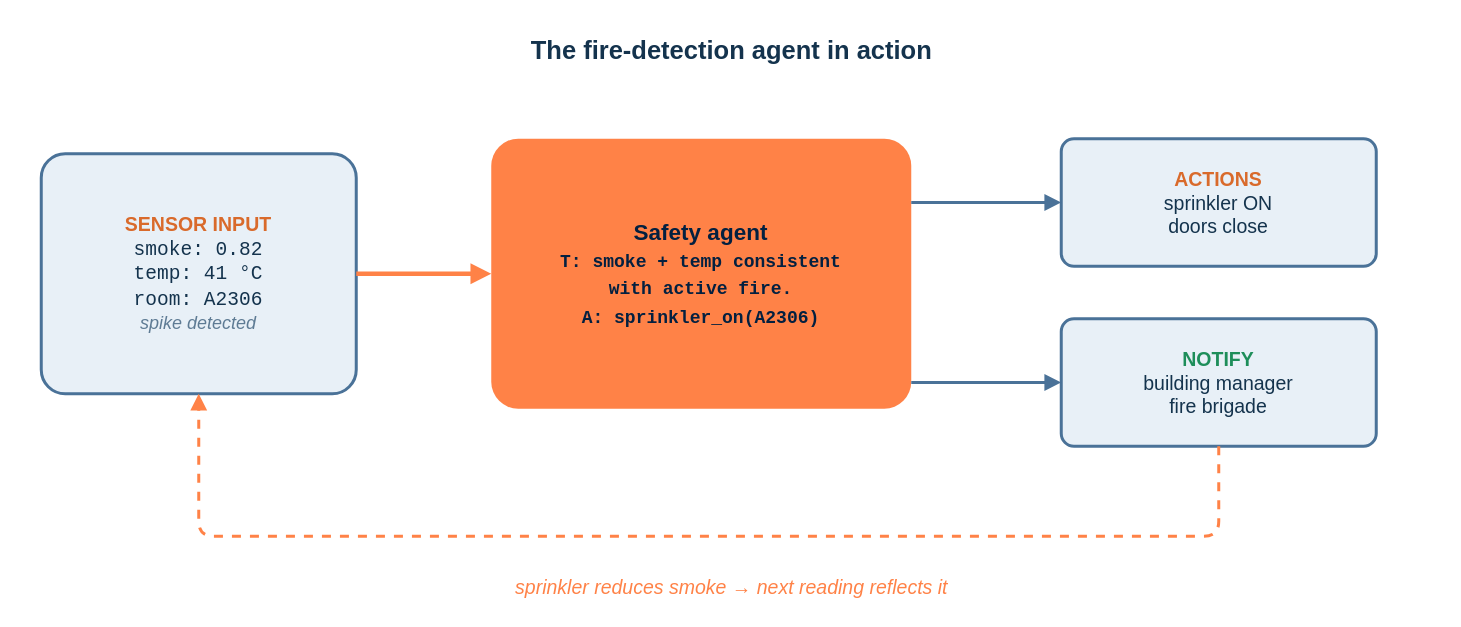
Before: course-notes/diagrams/course-notes4-fig07.drawio in eislab-cps/D7065E, a draw.io diagram. Source tidied: cells renumbered, new cells numbered last; positions are measured from the earlier drawing's top-left corner, leaving out a move shared by most shapes. Both pictures are drawn from the tidied source at 150%, with x=0, y=0 at pixel (26, 26).
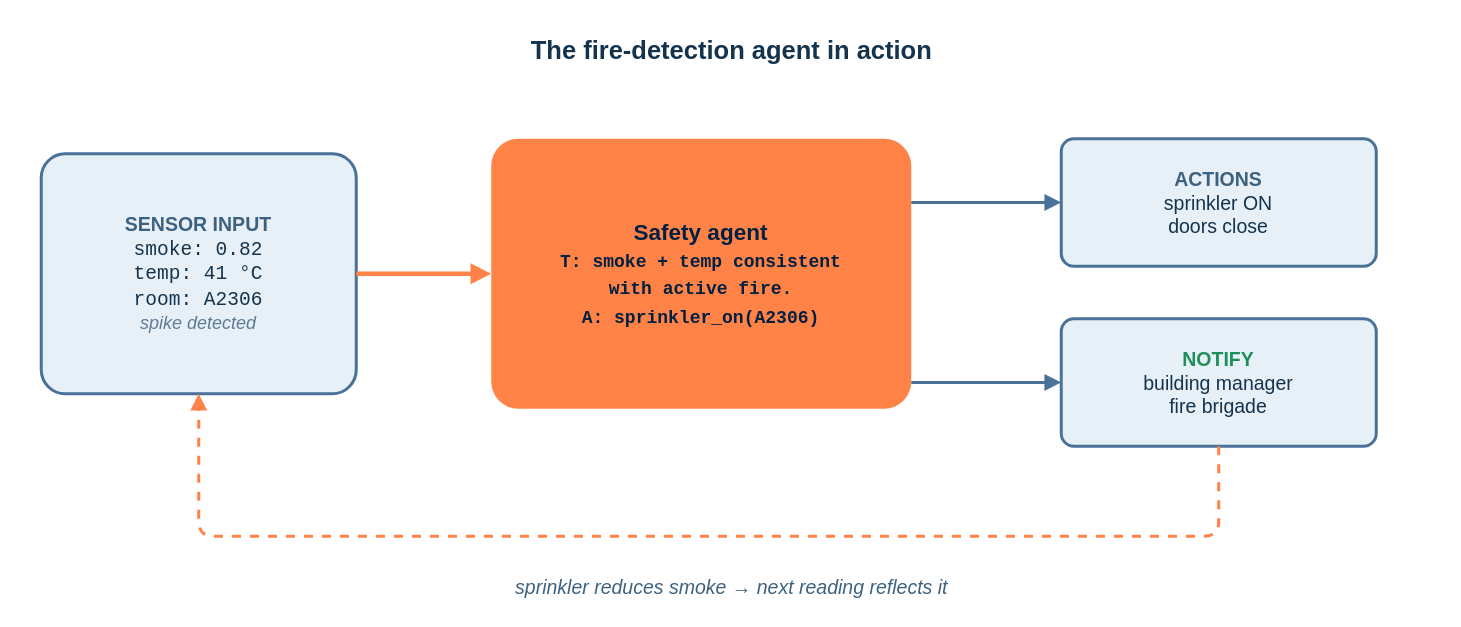
Above is the later version.

Change to the diagram source:
```diff
@@
 <mxGraphModel background="#FFFFFF">
   <root>
     <mxCell id="0" />
     <mxCell id="1" parent="0" />
     <mxCell id="2" value="The fire-detection agent in action" style="text;html=1;align=center;fontColor=#14334D;fontSize=17;fontStyle=1;fontFamily=Helvetica;" parent="1" vertex="1">
       <mxGeometry width="940" height="30" as="geometry" />
     </mxCell>
-    <mxCell id="3" value="&lt;font color=&quot;#D96A2B&quot;&gt;&lt;b&gt;SENSOR INPUT&lt;/b&gt;&lt;/font&gt;&#10;&lt;font face=&quot;Courier New&quot; style=&quot;font-size:13px&quot;&gt;smoke: 0.82&#10;temp: 41 °C&#10;room: A2306&lt;/font&gt;&#10;&lt;font color=&quot;#5E7B94&quot; style=&quot;font-size:12px&quot;&gt;&lt;i&gt;spike detected&lt;/i&gt;&lt;/font&gt;" style="rounded=1;whiteSpace=wrap;html=1;fillColor=#E8F0F7;strokeColor=#4A7298;strokeWidth=2;fontColor=#14334D;fontFamily=Helvetica;arcSize=10;fontSize=13;" parent="1" vertex="1">
+    <mxCell id="3" value="&lt;font color=&quot;#3D6280&quot;&gt;&lt;b&gt;SENSOR INPUT&lt;/b&gt;&lt;/font&gt;&#10;&lt;font face=&quot;Courier New&quot; style=&quot;font-size:13px&quot;&gt;smoke: 0.82&#10;temp: 41 °C&#10;room: A2306&lt;/font&gt;&#10;&lt;font color=&quot;#5E7B94&quot; style=&quot;font-size:12px&quot;&gt;&lt;i&gt;spike detected&lt;/i&gt;&lt;/font&gt;" style="rounded=1;whiteSpace=wrap;html=1;fillColor=#E8F0F7;strokeColor=#4A7298;strokeWidth=2;fontColor=#14334D;fontFamily=Helvetica;arcSize=10;fontSize=13;" parent="1" vertex="1">
       <mxGeometry x="10" y="85" width="210" height="160" as="geometry" />
     </mxCell>
     <mxCell id="4" value="&lt;b&gt;Safety agent&lt;/b&gt;&#10;&lt;font face=&quot;Courier New&quot; style=&quot;font-size:12px&quot;&gt;T: smoke + temp consistent&#10;with active fire.&#10;A: sprinkler_on(A2306)&lt;/font&gt;" style="rounded=1;whiteSpace=wrap;html=1;fillColor=#FF8247;strokeColor=none;fontColor=#032040;fontStyle=1;fontFamily=Helvetica;arcSize=10;fontSize=15;" parent="1" vertex="1">
       <mxGeometry x="310" y="75" width="280" height="180" as="geometry" />
     </mxCell>
-    <mxCell id="5" value="&lt;font color=&quot;#D96A2B&quot;&gt;&lt;b&gt;ACTIONS&lt;/b&gt;&lt;/font&gt;&#10;&lt;font style=&quot;font-size:13px&quot;&gt;sprinkler ON&#10;doors close&lt;/font&gt;" style="rounded=1;whiteSpace=wrap;html=1;fillColor=#E8F0F7;strokeColor=#4A7298;strokeWidth=2;fontColor=#14334D;fontFamily=Helvetica;arcSize=10;fontSize=13;" parent="1" vertex="1">
+    <mxCell id="5" value="&lt;font color=&quot;#3D6280&quot;&gt;&lt;b&gt;ACTIONS&lt;/b&gt;&lt;/font&gt;&#10;&lt;font style=&quot;font-size:13px&quot;&gt;sprinkler ON&#10;doors close&lt;/font&gt;" style="rounded=1;whiteSpace=wrap;html=1;fillColor=#E8F0F7;strokeColor=#4A7298;strokeWidth=2;fontColor=#14334D;fontFamily=Helvetica;arcSize=10;fontSize=13;" parent="1" vertex="1">
       <mxGeometry x="690" y="75" width="210" height="85" as="geometry" />
     </mxCell>
     <mxCell id="6" value="&lt;font color=&quot;#1E8E5A&quot;&gt;&lt;b&gt;NOTIFY&lt;/b&gt;&lt;/font&gt;&#10;&lt;font style=&quot;font-size:13px&quot;&gt;building manager&#10;fire brigade&lt;/font&gt;" style="rounded=1;whiteSpace=wrap;html=1;fillColor=#E8F0F7;strokeColor=#4A7298;strokeWidth=2;fontColor=#14334D;fontFamily=Helvetica;arcSize=10;fontSize=13;" parent="1" vertex="1">
       <mxGeometry x="690" y="195" width="210" height="85" as="geometry" />
     </mxCell>
     <mxCell id="7" style="endArrow=block;html=1;strokeColor=#FF8247;strokeWidth=3;exitX=1;exitY=0.5;entryX=0;entryY=0.5;" parent="1" edge="1" source="3" target="4">
       <mxGeometry relative="1" as="geometry" />
     </mxCell>
     <mxCell id="8" style="endArrow=block;html=1;strokeColor=#4A7298;strokeWidth=2;exitX=1;exitY=0.2361;entryX=0;entryY=0.5;" parent="1" edge="1" source="4" target="5">
       <mxGeometry relative="1" as="geometry" />
     </mxCell>
     <mxCell id="9" style="endArrow=block;html=1;strokeColor=#4A7298;strokeWidth=2;exitX=1;exitY=0.9028;entryX=0;entryY=0.5;" parent="1" edge="1" source="4" target="6">
       <mxGeometry relative="1" as="geometry" />
     </mxCell>
     <mxCell id="10" style="endArrow=block;html=1;strokeColor=#FF8247;strokeWidth=2;dashed=1;rounded=1;edgeStyle=orthogonalEdgeStyle;exitX=0.5;exitY=1;entryX=0.5;entryY=1;" parent="1" edge="1" source="6" target="3">
       <mxGeometry relative="1" as="geometry">
         <Array as="points">
           <mxPoint x="795" y="340" />
           <mxPoint x="115" y="340" />
         </Array>
       </mxGeometry>
     </mxCell>
-    <mxCell id="11" value="sprinkler reduces smoke → next reading reflects it" style="text;html=1;align=center;fontColor=#FF8247;fontSize=13;fontStyle=2;fontFamily=Helvetica;" parent="1" vertex="1">
+    <mxCell id="11" value="sprinkler reduces smoke → next reading reflects it" style="text;html=1;align=center;fontColor=#3D6280;fontSize=13;fontStyle=2;fontFamily=Helvetica;" parent="1" vertex="1">
       <mxGeometry x="170" y="360" width="600" height="24" as="geometry" />
     </mxCell>
   </root>
 </mxGraphModel>
```
